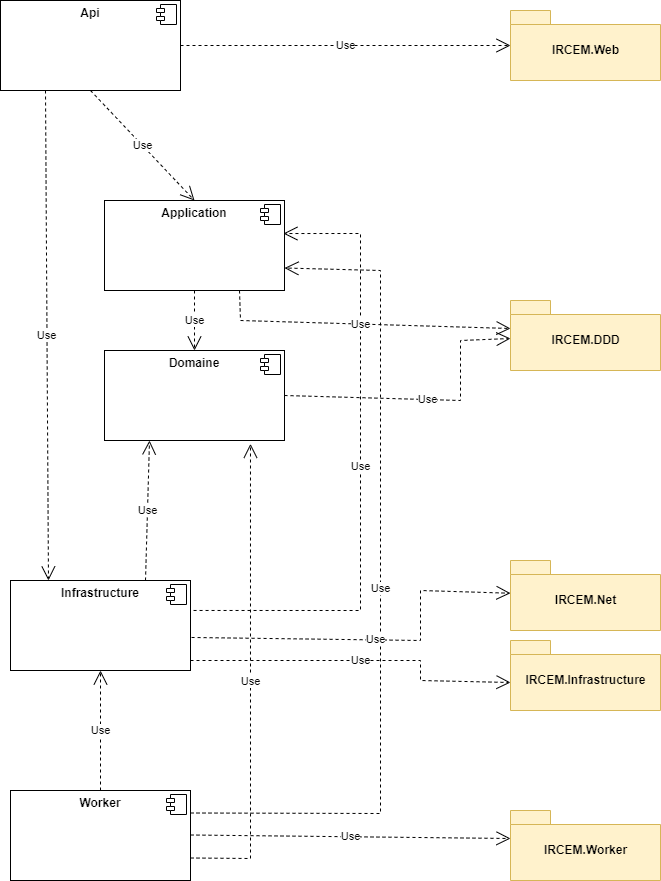
Earlier version of the draw.io export dépendances projets - nugets.drawio.png (franck-gaspoz/DDD). Source tidied: cells renumbered, new cells last; positions are measured from the earlier drawing's top-left corner, leaving out a move shared by most shapes.
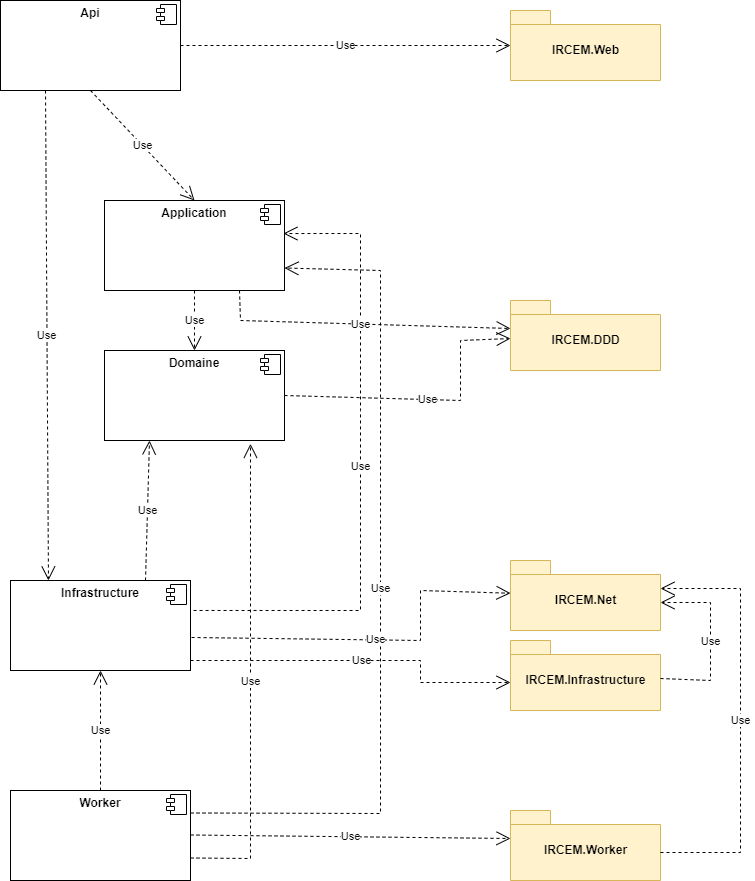
After the change.

Diff of the diagram source:
```diff
@@ -128,7 +128,7 @@
         <mxPoint x="190" y="660" as="sourcePoint" />
         <Array as="points">
           <mxPoint x="420" y="660" />
-          <mxPoint x="420" y="680" />
+          <mxPoint x="420" y="682" />
         </Array>
       </mxGeometry>
     </mxCell>
@@ -137,5 +137,21 @@
         <mxPoint x="190" y="834.5" as="sourcePoint" />
       </mxGeometry>
     </mxCell>
+    <mxCell id="31" value="Use" style="endArrow=open;endSize=12;dashed=1;html=1;rounded=0;entryX=0;entryY=0;entryDx=150;entryDy=42;entryPerimeter=0;" parent="1" edge="1" source="18" target="17">
+      <mxGeometry relative="1" as="geometry">
+        <Array as="points">
+          <mxPoint x="710" y="680" />
+          <mxPoint x="710" y="602" />
+        </Array>
+      </mxGeometry>
+    </mxCell>
+    <mxCell id="32" value="Use" style="endArrow=open;endSize=12;dashed=1;html=1;rounded=0;exitX=0;exitY=0;exitDx=150;exitDy=42;exitPerimeter=0;entryX=0;entryY=0;entryDx=150;entryDy=28;entryPerimeter=0;" parent="1" edge="1" source="19" target="17">
+      <mxGeometry relative="1" as="geometry">
+        <Array as="points">
+          <mxPoint x="740" y="852" />
+          <mxPoint x="740" y="588" />
+        </Array>
+      </mxGeometry>
+    </mxCell>
   </root>
 </mxGraphModel>
```
